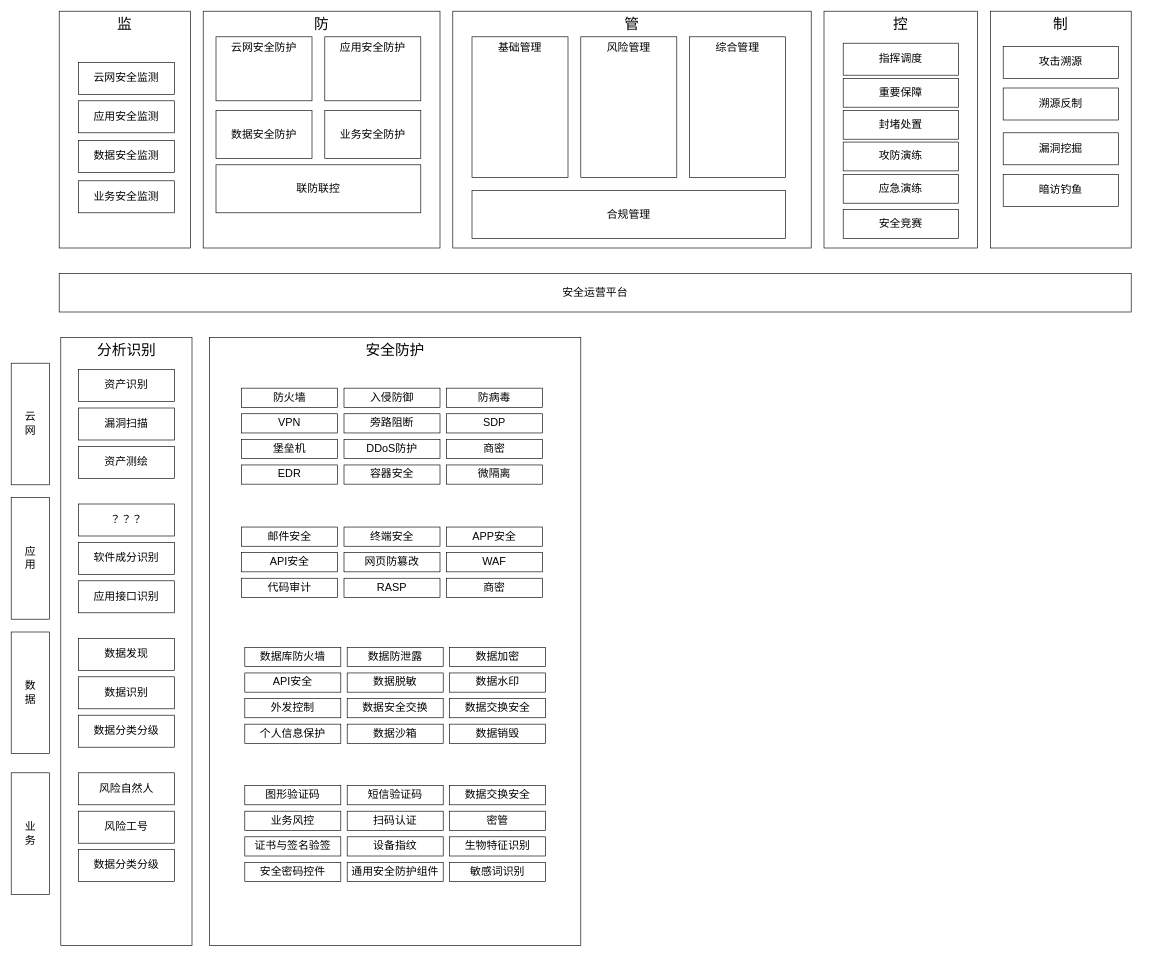
This is 2024安全技术能力全景图.drawio from razor/1102_decoration, a draw.io file, before an edit. Source tidied: cells renumbered, new cells numbered last; positions are measured from the earlier drawing's top-left corner, leaving out a move shared by most shapes. Both pictures are drawn from the tidied source at 64%, with x=0, y=0 at pixel (11, 11).
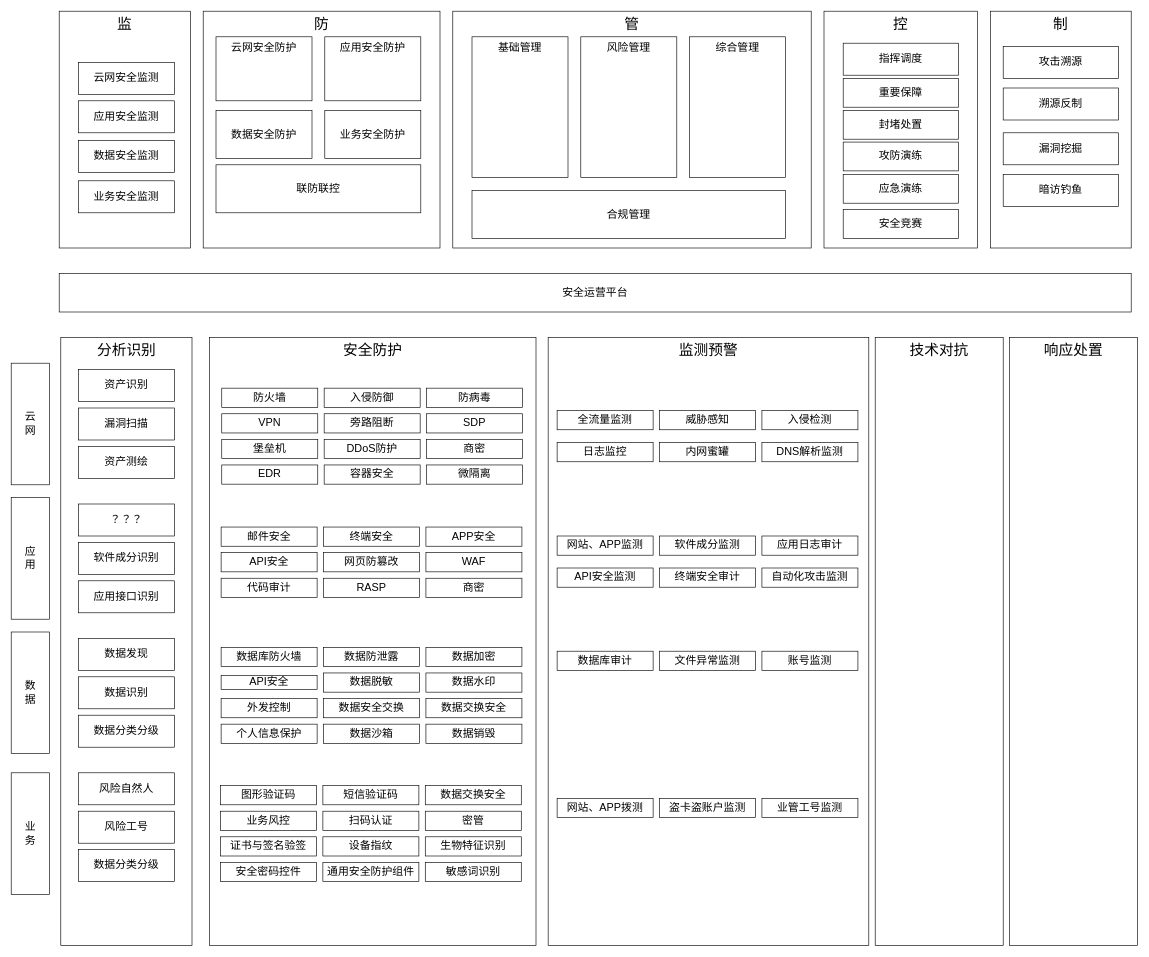
The same diagram, later.

Commit message (it also covers changes not shown here):
更新2024安全技术能力全景图.drawio

Change to the diagram source:
```diff
@@
     <mxCell id="48" value="&lt;span style=&quot;font-size: 23px;&quot;&gt;安全防护&lt;/span&gt;" style="rounded=0;whiteSpace=wrap;html=1;verticalAlign=top;fontSize=23;fontStyle=0;" parent="1" vertex="1">
-      <mxGeometry x="310" y="510" width="580" height="950" as="geometry" />
+      <mxGeometry x="310" y="510" width="510" height="950" as="geometry" />
     </mxCell>
     <mxCell id="49" value="&lt;font style=&quot;font-size: 17px;&quot;&gt;防火墙&lt;/font&gt;" style="rounded=0;whiteSpace=wrap;html=1;fontStyle=0;" parent="1" vertex="1">
-      <mxGeometry x="360" y="589" width="150" height="30" as="geometry" />
+      <mxGeometry x="329" y="589" width="150" height="30" as="geometry" />
     </mxCell>
     <mxCell id="50" value="&lt;font style=&quot;font-size: 17px;&quot;&gt;入侵防御&lt;/font&gt;" style="rounded=0;whiteSpace=wrap;html=1;fontStyle=0;" parent="1" vertex="1">
-      <mxGeometry x="520" y="589" width="150" height="30" as="geometry" />
+      <mxGeometry x="489" y="589" width="150" height="30" as="geometry" />
     </mxCell>
     <mxCell id="51" value="&lt;span style=&quot;font-size: 17px;&quot;&gt;防病毒&lt;/span&gt;" style="rounded=0;whiteSpace=wrap;html=1;fontStyle=0;" parent="1" vertex="1">
-      <mxGeometry x="680" y="589" width="150" height="30" as="geometry" />
+      <mxGeometry x="649" y="589" width="150" height="30" as="geometry" />
     </mxCell>
     <mxCell id="52" value="&lt;font style=&quot;font-size: 17px;&quot;&gt;VPN&lt;/font&gt;" style="rounded=0;whiteSpace=wrap;html=1;fontStyle=0;" parent="1" vertex="1">
-      <mxGeometry x="360" y="629" width="150" height="30" as="geometry" />
+      <mxGeometry x="329" y="629" width="150" height="30" as="geometry" />
     </mxCell>
     <mxCell id="53" value="&lt;font style=&quot;font-size: 17px;&quot;&gt;旁路阻断&lt;/font&gt;" style="rounded=0;whiteSpace=wrap;html=1;fontStyle=0;" parent="1" vertex="1">
-      <mxGeometry x="520" y="629" width="150" height="30" as="geometry" />
+      <mxGeometry x="489" y="629" width="150" height="30" as="geometry" />
     </mxCell>
     <mxCell id="54" value="&lt;font style=&quot;font-size: 17px;&quot;&gt;SDP&lt;/font&gt;" style="rounded=0;whiteSpace=wrap;html=1;fontStyle=0;" parent="1" vertex="1">
-      <mxGeometry x="680" y="629" width="150" height="30" as="geometry" />
+      <mxGeometry x="649" y="629" width="150" height="30" as="geometry" />
     </mxCell>
     <mxCell id="55" value="&lt;font style=&quot;font-size: 17px;&quot;&gt;堡垒机&lt;/font&gt;" style="rounded=0;whiteSpace=wrap;html=1;fontStyle=0;" parent="1" vertex="1">
-      <mxGeometry x="360" y="669" width="150" height="30" as="geometry" />
+      <mxGeometry x="329" y="669" width="150" height="30" as="geometry" />
     </mxCell>
     <mxCell id="56" value="&lt;font style=&quot;font-size: 17px;&quot;&gt;DDoS防护&lt;/font&gt;" style="rounded=0;whiteSpace=wrap;html=1;fontStyle=0;" parent="1" vertex="1">
-      <mxGeometry x="520" y="669" width="150" height="30" as="geometry" />
+      <mxGeometry x="489" y="669" width="150" height="30" as="geometry" />
     </mxCell>
     <mxCell id="57" value="&lt;span style=&quot;font-size: 17px;&quot;&gt;商密&lt;/span&gt;" style="rounded=0;whiteSpace=wrap;html=1;fontStyle=0;" parent="1" vertex="1">
-      <mxGeometry x="680" y="669" width="150" height="30" as="geometry" />
+      <mxGeometry x="649" y="669" width="150" height="30" as="geometry" />
     </mxCell>
     <mxCell id="58" value="&lt;font style=&quot;font-size: 17px;&quot;&gt;EDR&lt;/font&gt;" style="rounded=0;whiteSpace=wrap;html=1;fontStyle=0;" parent="1" vertex="1">
-      <mxGeometry x="360" y="709" width="150" height="30" as="geometry" />
+      <mxGeometry x="329" y="709" width="150" height="30" as="geometry" />
     </mxCell>
     <mxCell id="59" value="&lt;font style=&quot;font-size: 17px;&quot;&gt;容器安全&lt;/font&gt;" style="rounded=0;whiteSpace=wrap;html=1;fontStyle=0;" parent="1" vertex="1">
-      <mxGeometry x="520" y="709" width="150" height="30" as="geometry" />
+      <mxGeometry x="489" y="709" width="150" height="30" as="geometry" />
     </mxCell>
     <mxCell id="60" value="&lt;font style=&quot;font-size: 17px;&quot;&gt;微隔离&lt;/font&gt;" style="rounded=0;whiteSpace=wrap;html=1;fontStyle=0;" parent="1" vertex="1">
-      <mxGeometry x="680" y="709" width="150" height="30" as="geometry" />
+      <mxGeometry x="649" y="709" width="150" height="30" as="geometry" />
     </mxCell>
     <mxCell id="61" value="&lt;font style=&quot;font-size: 17px;&quot;&gt;邮件安全&lt;/font&gt;" style="rounded=0;whiteSpace=wrap;html=1;fontStyle=0;" parent="1" vertex="1">
-      <mxGeometry x="360" y="806" width="150" height="30" as="geometry" />
+      <mxGeometry x="328" y="806" width="150" height="30" as="geometry" />
     </mxCell>
     <mxCell id="62" value="&lt;font style=&quot;font-size: 17px;&quot;&gt;终端安全&lt;/font&gt;" style="rounded=0;whiteSpace=wrap;html=1;fontStyle=0;" parent="1" vertex="1">
-      <mxGeometry x="520" y="806" width="150" height="30" as="geometry" />
+      <mxGeometry x="488" y="806" width="150" height="30" as="geometry" />
     </mxCell>
     <mxCell id="63" value="&lt;font style=&quot;font-size: 17px;&quot;&gt;APP安全&lt;/font&gt;" style="rounded=0;whiteSpace=wrap;html=1;fontStyle=0;" parent="1" vertex="1">
-      <mxGeometry x="680" y="806" width="150" height="30" as="geometry" />
+      <mxGeometry x="648" y="806" width="150" height="30" as="geometry" />
     </mxCell>
     <mxCell id="64" value="&lt;font style=&quot;font-size: 17px;&quot;&gt;API安全&lt;/font&gt;" style="rounded=0;whiteSpace=wrap;html=1;fontStyle=0;" parent="1" vertex="1">
-      <mxGeometry x="360" y="846" width="150" height="30" as="geometry" />
+      <mxGeometry x="328" y="846" width="150" height="30" as="geometry" />
     </mxCell>
     <mxCell id="65" value="&lt;font style=&quot;font-size: 17px;&quot;&gt;网页防篡改&lt;/font&gt;" style="rounded=0;whiteSpace=wrap;html=1;fontStyle=0;" parent="1" vertex="1">
-      <mxGeometry x="520" y="846" width="150" height="30" as="geometry" />
+      <mxGeometry x="488" y="846" width="150" height="30" as="geometry" />
     </mxCell>
     <mxCell id="66" value="&lt;font style=&quot;font-size: 17px;&quot;&gt;WAF&lt;/font&gt;" style="rounded=0;whiteSpace=wrap;html=1;fontStyle=0;" parent="1" vertex="1">
-      <mxGeometry x="680" y="846" width="150" height="30" as="geometry" />
+      <mxGeometry x="648" y="846" width="150" height="30" as="geometry" />
     </mxCell>
     <mxCell id="67" value="&lt;font style=&quot;font-size: 17px;&quot;&gt;代码审计&lt;/font&gt;" style="rounded=0;whiteSpace=wrap;html=1;fontStyle=0;" parent="1" vertex="1">
-      <mxGeometry x="360" y="886" width="150" height="30" as="geometry" />
+      <mxGeometry x="328" y="886" width="150" height="30" as="geometry" />
     </mxCell>
     <mxCell id="68" value="&lt;font style=&quot;font-size: 17px;&quot;&gt;RASP&lt;/font&gt;" style="rounded=0;whiteSpace=wrap;html=1;fontStyle=0;" parent="1" vertex="1">
-      <mxGeometry x="520" y="886" width="150" height="30" as="geometry" />
+      <mxGeometry x="488" y="886" width="150" height="30" as="geometry" />
     </mxCell>
     <mxCell id="69" value="&lt;font style=&quot;font-size: 17px;&quot;&gt;商密&lt;/font&gt;" style="rounded=0;whiteSpace=wrap;html=1;fontStyle=0;" parent="1" vertex="1">
-      <mxGeometry x="680" y="886" width="150" height="30" as="geometry" />
+      <mxGeometry x="648" y="886" width="150" height="30" as="geometry" />
     </mxCell>
     <mxCell id="70" value="&lt;font style=&quot;font-size: 17px;&quot;&gt;数据库防火墙&lt;/font&gt;" style="rounded=0;whiteSpace=wrap;html=1;fontStyle=0;" parent="1" vertex="1">
-      <mxGeometry x="365" y="994" width="150" height="30" as="geometry" />
+      <mxGeometry x="328" y="994" width="150" height="30" as="geometry" />
     </mxCell>
     <mxCell id="71" value="&lt;span style=&quot;font-size: 17px;&quot;&gt;数据防泄露&lt;/span&gt;" style="rounded=0;whiteSpace=wrap;html=1;fontStyle=0;" parent="1" vertex="1">
-      <mxGeometry x="525" y="994" width="150" height="30" as="geometry" />
+      <mxGeometry x="488" y="994" width="150" height="30" as="geometry" />
     </mxCell>
     <mxCell id="72" value="&lt;font style=&quot;font-size: 17px;&quot;&gt;数据加密&lt;/font&gt;" style="rounded=0;whiteSpace=wrap;html=1;fontStyle=0;" parent="1" vertex="1">
-      <mxGeometry x="685" y="994" width="150" height="30" as="geometry" />
+      <mxGeometry x="648" y="994" width="150" height="30" as="geometry" />
     </mxCell>
     <mxCell id="73" value="&lt;font style=&quot;font-size: 17px;&quot;&gt;API安全&lt;/font&gt;" style="rounded=0;whiteSpace=wrap;html=1;fontStyle=0;" parent="1" vertex="1">
-      <mxGeometry x="365" y="1034" width="150" height="30" as="geometry" />
+      <mxGeometry x="328" y="1038" width="150" height="22" as="geometry" />
     </mxCell>
     <mxCell id="74" value="&lt;font style=&quot;font-size: 17px;&quot;&gt;数据脱敏&lt;/font&gt;" style="rounded=0;whiteSpace=wrap;html=1;fontStyle=0;" parent="1" vertex="1">
-      <mxGeometry x="525" y="1034" width="150" height="30" as="geometry" />
+      <mxGeometry x="488" y="1034" width="150" height="30" as="geometry" />
     </mxCell>
     <mxCell id="75" value="&lt;font style=&quot;font-size: 17px;&quot;&gt;数据水印&lt;/font&gt;" style="rounded=0;whiteSpace=wrap;html=1;fontStyle=0;" parent="1" vertex="1">
-      <mxGeometry x="685" y="1034" width="150" height="30" as="geometry" />
+      <mxGeometry x="648" y="1034" width="150" height="30" as="geometry" />
     </mxCell>
     <mxCell id="76" value="&lt;font style=&quot;font-size: 17px;&quot;&gt;外发控制&lt;/font&gt;" style="rounded=0;whiteSpace=wrap;html=1;fontStyle=0;" parent="1" vertex="1">
-      <mxGeometry x="365" y="1074" width="150" height="30" as="geometry" />
+      <mxGeometry x="328" y="1074" width="150" height="30" as="geometry" />
     </mxCell>
     <mxCell id="77" value="&lt;font style=&quot;font-size: 17px;&quot;&gt;数据安全交换&lt;/font&gt;" style="rounded=0;whiteSpace=wrap;html=1;fontStyle=0;" parent="1" vertex="1">
-      <mxGeometry x="525" y="1074" width="150" height="30" as="geometry" />
+      <mxGeometry x="488" y="1074" width="150" height="30" as="geometry" />
     </mxCell>
     <mxCell id="78" value="&lt;font style=&quot;font-size: 17px;&quot;&gt;数据交换安全&lt;/font&gt;" style="rounded=0;whiteSpace=wrap;html=1;fontStyle=0;" parent="1" vertex="1">
-      <mxGeometry x="685" y="1074" width="150" height="30" as="geometry" />
+      <mxGeometry x="648" y="1074" width="150" height="30" as="geometry" />
     </mxCell>
     <mxCell id="79" value="&lt;font style=&quot;font-size: 17px;&quot;&gt;个人信息保护&lt;/font&gt;" style="rounded=0;whiteSpace=wrap;html=1;fontStyle=0;" parent="1" vertex="1">
-      <mxGeometry x="365" y="1114" width="150" height="30" as="geometry" />
+      <mxGeometry x="328" y="1114" width="150" height="30" as="geometry" />
     </mxCell>
     <mxCell id="80" value="&lt;font style=&quot;font-size: 17px;&quot;&gt;数据沙箱&lt;/font&gt;" style="rounded=0;whiteSpace=wrap;html=1;fontStyle=0;" parent="1" vertex="1">
-      <mxGeometry x="525" y="1114" width="150" height="30" as="geometry" />
+      <mxGeometry x="488" y="1114" width="150" height="30" as="geometry" />
     </mxCell>
     <mxCell id="81" value="&lt;font style=&quot;font-size: 17px;&quot;&gt;数据销毁&lt;/font&gt;" style="rounded=0;whiteSpace=wrap;html=1;fontStyle=0;" parent="1" vertex="1">
-      <mxGeometry x="685" y="1114" width="150" height="30" as="geometry" />
+      <mxGeometry x="648" y="1114" width="150" height="30" as="geometry" />
     </mxCell>
     <mxCell id="82" value="&lt;font style=&quot;font-size: 17px;&quot;&gt;图形验证码&lt;/font&gt;" style="rounded=0;whiteSpace=wrap;html=1;fontStyle=0;" parent="1" vertex="1">
-      <mxGeometry x="365" y="1210" width="150" height="30" as="geometry" />
+      <mxGeometry x="327" y="1210" width="150" height="30" as="geometry" />
     </mxCell>
     <mxCell id="83" value="&lt;font style=&quot;font-size: 17px;&quot;&gt;短信验证码&lt;/font&gt;" style="rounded=0;whiteSpace=wrap;html=1;fontStyle=0;" parent="1" vertex="1">
-      <mxGeometry x="525" y="1210" width="150" height="30" as="geometry" />
+      <mxGeometry x="487" y="1210" width="150" height="30" as="geometry" />
     </mxCell>
     <mxCell id="84" value="&lt;font style=&quot;font-size: 17px;&quot;&gt;数据交换安全&lt;/font&gt;" style="rounded=0;whiteSpace=wrap;html=1;fontStyle=0;" parent="1" vertex="1">
-      <mxGeometry x="685" y="1210" width="150" height="30" as="geometry" />
+      <mxGeometry x="647" y="1210" width="150" height="30" as="geometry" />
     </mxCell>
     <mxCell id="85" value="&lt;font style=&quot;font-size: 17px;&quot;&gt;业务风控&lt;/font&gt;" style="rounded=0;whiteSpace=wrap;html=1;fontStyle=0;" parent="1" vertex="1">
-      <mxGeometry x="365" y="1250" width="150" height="30" as="geometry" />
+      <mxGeometry x="327" y="1250" width="150" height="30" as="geometry" />
     </mxCell>
     <mxCell id="86" value="&lt;font style=&quot;font-size: 17px;&quot;&gt;扫码认证&lt;/font&gt;" style="rounded=0;whiteSpace=wrap;html=1;fontStyle=0;" parent="1" vertex="1">
-      <mxGeometry x="525" y="1250" width="150" height="30" as="geometry" />
+      <mxGeometry x="487" y="1250" width="150" height="30" as="geometry" />
     </mxCell>
     <mxCell id="87" value="&lt;span style=&quot;font-size: 17px;&quot;&gt;密管&lt;/span&gt;" style="rounded=0;whiteSpace=wrap;html=1;fontStyle=0;" parent="1" vertex="1">
-      <mxGeometry x="685" y="1250" width="150" height="30" as="geometry" />
+      <mxGeometry x="647" y="1250" width="150" height="30" as="geometry" />
     </mxCell>
     <mxCell id="88" value="&lt;font style=&quot;font-size: 17px;&quot;&gt;证书与签名验签&lt;/font&gt;" style="rounded=0;whiteSpace=wrap;html=1;fontStyle=0;" parent="1" vertex="1">
-      <mxGeometry x="365" y="1290" width="150" height="30" as="geometry" />
+      <mxGeometry x="327" y="1290" width="150" height="30" as="geometry" />
     </mxCell>
     <mxCell id="89" value="&lt;span style=&quot;font-size: 17px;&quot;&gt;设备指纹&lt;/span&gt;" style="rounded=0;whiteSpace=wrap;html=1;fontStyle=0;" parent="1" vertex="1">
-      <mxGeometry x="525" y="1290" width="150" height="30" as="geometry" />
+      <mxGeometry x="487" y="1290" width="150" height="30" as="geometry" />
     </mxCell>
     <mxCell id="90" value="&lt;font style=&quot;font-size: 17px;&quot;&gt;生物特征识别&lt;/font&gt;" style="rounded=0;whiteSpace=wrap;html=1;fontStyle=0;" parent="1" vertex="1">
-      <mxGeometry x="685" y="1290" width="150" height="30" as="geometry" />
+      <mxGeometry x="647" y="1290" width="150" height="30" as="geometry" />
     </mxCell>
     <mxCell id="91" value="&lt;font style=&quot;font-size: 17px;&quot;&gt;安全密码控件&lt;/font&gt;" style="rounded=0;whiteSpace=wrap;html=1;fontStyle=0;" parent="1" vertex="1">
-      <mxGeometry x="365" y="1330" width="150" height="30" as="geometry" />
+      <mxGeometry x="327" y="1330" width="150" height="30" as="geometry" />
     </mxCell>
     <mxCell id="92" value="&lt;span style=&quot;font-size: 17px;&quot;&gt;通用安全防护组件&lt;/span&gt;" style="rounded=0;whiteSpace=wrap;html=1;fontStyle=0;" parent="1" vertex="1">
-      <mxGeometry x="525" y="1330" width="150" height="30" as="geometry" />
+      <mxGeometry x="487" y="1330" width="150" height="30" as="geometry" />
     </mxCell>
     <mxCell id="93" value="&lt;font style=&quot;font-size: 17px;&quot;&gt;敏感词识别&lt;/font&gt;" style="rounded=0;whiteSpace=wrap;html=1;fontStyle=0;" parent="1" vertex="1">
-      <mxGeometry x="685" y="1330" width="150" height="30" as="geometry" />
+      <mxGeometry x="647" y="1330" width="150" height="30" as="geometry" />
     </mxCell>
+    <mxCell id="94" value="&lt;span style=&quot;font-size: 23px;&quot;&gt;监测预警&lt;/span&gt;" style="rounded=0;whiteSpace=wrap;html=1;verticalAlign=top;fontSize=23;fontStyle=0;" parent="1" vertex="1">
+      <mxGeometry x="839" y="510" width="501" height="950" as="geometry" />
+    </mxCell>
+    <mxCell id="95" value="&lt;font style=&quot;font-size: 17px;&quot;&gt;全流量监测&lt;/font&gt;" style="rounded=0;whiteSpace=wrap;html=1;fontStyle=0;" parent="1" vertex="1">
+      <mxGeometry x="853" y="624" width="150" height="30" as="geometry" />
+    </mxCell>
+    <mxCell id="96" value="&lt;font style=&quot;font-size: 17px;&quot;&gt;威胁感知&lt;/font&gt;" style="rounded=0;whiteSpace=wrap;html=1;fontStyle=0;" parent="1" vertex="1">
+      <mxGeometry x="1013" y="624" width="150" height="30" as="geometry" />
+    </mxCell>
+    <mxCell id="97" value="&lt;span style=&quot;font-size: 17px;&quot;&gt;入侵检测&lt;/span&gt;" style="rounded=0;whiteSpace=wrap;html=1;fontStyle=0;" parent="1" vertex="1">
+      <mxGeometry x="1173" y="624" width="150" height="30" as="geometry" />
+    </mxCell>
+    <mxCell id="98" value="&lt;font style=&quot;font-size: 17px;&quot;&gt;日志监控&lt;/font&gt;" style="rounded=0;whiteSpace=wrap;html=1;fontStyle=0;" parent="1" vertex="1">
+      <mxGeometry x="853" y="674" width="150" height="30" as="geometry" />
+    </mxCell>
+    <mxCell id="99" value="&lt;font style=&quot;font-size: 17px;&quot;&gt;内网蜜罐&lt;/font&gt;" style="rounded=0;whiteSpace=wrap;html=1;fontStyle=0;" parent="1" vertex="1">
+      <mxGeometry x="1013" y="674" width="150" height="30" as="geometry" />
+    </mxCell>
+    <mxCell id="100" value="&lt;span style=&quot;font-size: 17px;&quot;&gt;DNS解析监测&lt;/span&gt;" style="rounded=0;whiteSpace=wrap;html=1;fontStyle=0;" parent="1" vertex="1">
+      <mxGeometry x="1173" y="674" width="150" height="30" as="geometry" />
+    </mxCell>
+    <mxCell id="101" value="&lt;font style=&quot;font-size: 17px;&quot;&gt;网站、APP监测&lt;/font&gt;" style="rounded=0;whiteSpace=wrap;html=1;fontStyle=0;" parent="1" vertex="1">
+      <mxGeometry x="853" y="820" width="150" height="30" as="geometry" />
+    </mxCell>
+    <mxCell id="102" value="&lt;font style=&quot;font-size: 17px;&quot;&gt;软件成分监测&lt;/font&gt;" style="rounded=0;whiteSpace=wrap;html=1;fontStyle=0;" parent="1" vertex="1">
+      <mxGeometry x="1013" y="820" width="150" height="30" as="geometry" />
+    </mxCell>
+    <mxCell id="103" value="&lt;span style=&quot;font-size: 17px;&quot;&gt;应用日志审计&lt;/span&gt;" style="rounded=0;whiteSpace=wrap;html=1;fontStyle=0;" parent="1" vertex="1">
+      <mxGeometry x="1173" y="820" width="150" height="30" as="geometry" />
+    </mxCell>
+    <mxCell id="104" value="&lt;font style=&quot;font-size: 17px;&quot;&gt;API安全监测&lt;/font&gt;" style="rounded=0;whiteSpace=wrap;html=1;fontStyle=0;" parent="1" vertex="1">
+      <mxGeometry x="853" y="870" width="150" height="30" as="geometry" />
+    </mxCell>
+    <mxCell id="105" value="&lt;font style=&quot;font-size: 17px;&quot;&gt;终端安全审计&lt;/font&gt;" style="rounded=0;whiteSpace=wrap;html=1;fontStyle=0;" parent="1" vertex="1">
+      <mxGeometry x="1013" y="870" width="150" height="30" as="geometry" />
+    </mxCell>
+    <mxCell id="106" value="&lt;span style=&quot;font-size: 17px;&quot;&gt;自动化攻击监测&lt;/span&gt;" style="rounded=0;whiteSpace=wrap;html=1;fontStyle=0;" parent="1" vertex="1">
+      <mxGeometry x="1173" y="870" width="150" height="30" as="geometry" />
+    </mxCell>
+    <mxCell id="107" value="&lt;font style=&quot;font-size: 17px;&quot;&gt;数据库审计&lt;/font&gt;" style="rounded=0;whiteSpace=wrap;html=1;fontStyle=0;" parent="1" vertex="1">
+      <mxGeometry x="853" y="1000" width="150" height="30" as="geometry" />
+    </mxCell>
+    <mxCell id="108" value="&lt;span style=&quot;font-size: 17px;&quot;&gt;文件异常监测&lt;/span&gt;" style="rounded=0;whiteSpace=wrap;html=1;fontStyle=0;" parent="1" vertex="1">
+      <mxGeometry x="1013" y="1000" width="150" height="30" as="geometry" />
+    </mxCell>
+    <mxCell id="109" value="&lt;font style=&quot;font-size: 17px;&quot;&gt;账号监测&lt;/font&gt;" style="rounded=0;whiteSpace=wrap;html=1;fontStyle=0;" parent="1" vertex="1">
+      <mxGeometry x="1173" y="1000" width="150" height="30" as="geometry" />
+    </mxCell>
+    <mxCell id="110" value="&lt;font style=&quot;font-size: 17px;&quot;&gt;网站、APP拨测&lt;/font&gt;" style="rounded=0;whiteSpace=wrap;html=1;fontStyle=0;" parent="1" vertex="1">
+      <mxGeometry x="853" y="1230" width="150" height="30" as="geometry" />
+    </mxCell>
+    <mxCell id="111" value="&lt;span style=&quot;font-size: 17px;&quot;&gt;盗卡盗账户监测&lt;/span&gt;" style="rounded=0;whiteSpace=wrap;html=1;fontStyle=0;" parent="1" vertex="1">
+      <mxGeometry x="1013" y="1230" width="150" height="30" as="geometry" />
+    </mxCell>
+    <mxCell id="112" value="&lt;span style=&quot;font-size: 17px;&quot;&gt;业管工号监测&lt;/span&gt;" style="rounded=0;whiteSpace=wrap;html=1;fontStyle=0;" parent="1" vertex="1">
+      <mxGeometry x="1173" y="1230" width="150" height="30" as="geometry" />
+    </mxCell>
+    <mxCell id="113" value="&lt;span style=&quot;font-size: 23px;&quot;&gt;技术对抗&lt;/span&gt;" style="rounded=0;whiteSpace=wrap;html=1;verticalAlign=top;fontSize=23;fontStyle=0;" parent="1" vertex="1">
+      <mxGeometry x="1350" y="510" width="200" height="950" as="geometry" />
+    </mxCell>
+    <mxCell id="114" value="&lt;span style=&quot;font-size: 23px;&quot;&gt;响应处置&lt;/span&gt;" style="rounded=0;whiteSpace=wrap;html=1;verticalAlign=top;fontSize=23;fontStyle=0;" parent="1" vertex="1">
+      <mxGeometry x="1560" y="510" width="200" height="950" as="geometry" />
+    </mxCell>
```
